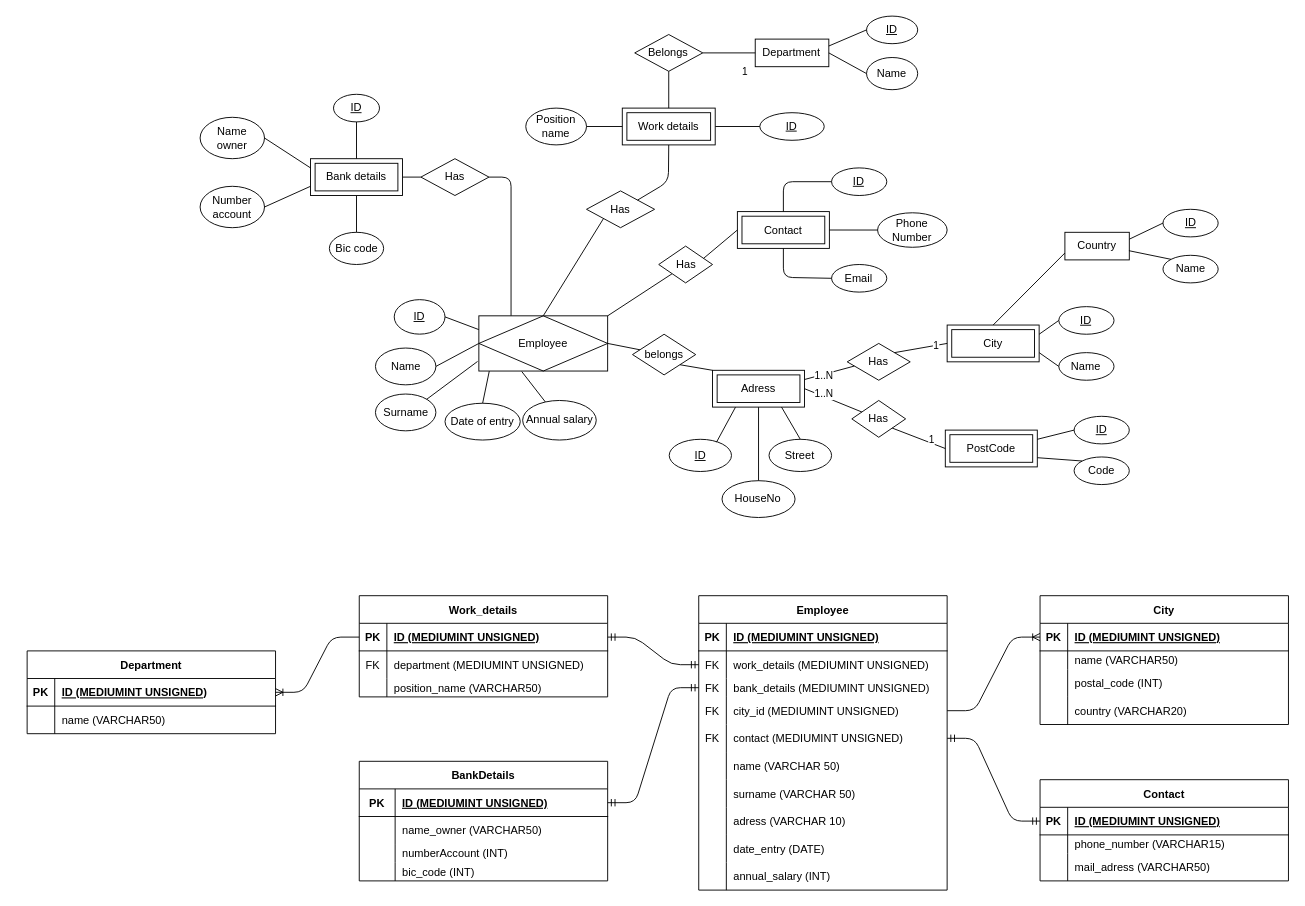
This is Scheme_database.drawio from AntoineD74/Database-project, a draw.io file, before an edit. Source tidied: cells renumbered, new cells numbered last; positions are measured from the earlier drawing's top-left corner, leaving out a move shared by most shapes. Both pictures are drawn from the tidied source at 92%, with x=0, y=0 at pixel (27, 16).
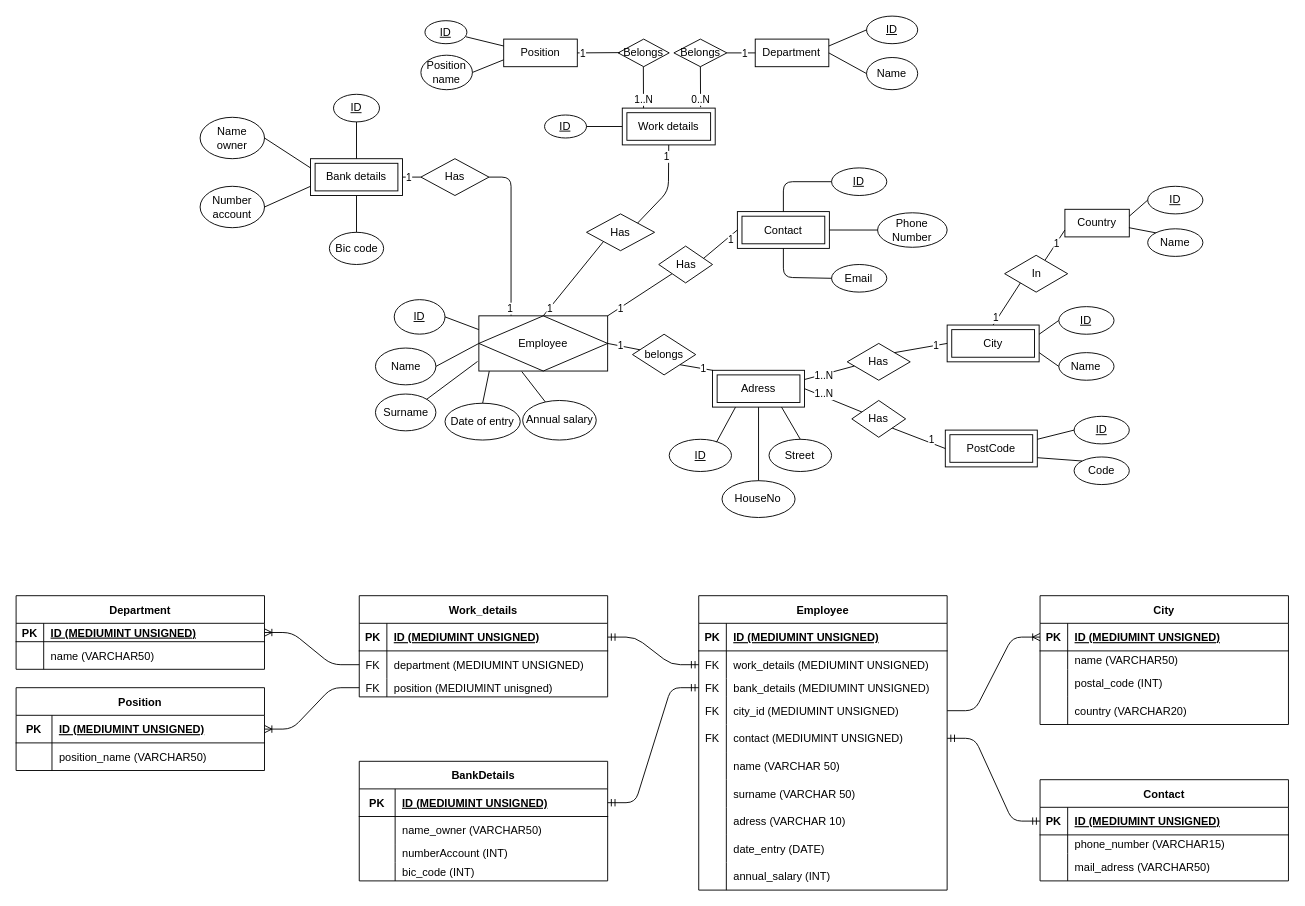
The same page after the edit.

Unchanged cells that the change refers to:
```xml
<mxCell id="97" style="shape=partialRectangle;fillColor=none;top=0;left=0;bottom=1;right=0;points=[[0,0.5],[1,0.5]];portConstraint=eastwest;" parent="96" vertex="1">
  <mxGeometry y="30" width="270" height="30" as="geometry" />
</mxCell>
<mxCell id="100" style="shape=partialRectangle;fillColor=none;top=0;left=0;bottom=0;right=0;points=[[0,0.5],[1,0.5]];portConstraint=eastwest;" parent="96" vertex="1">
  <mxGeometry y="60" width="270" height="30" as="geometry" />
</mxCell>
<mxCell id="103" style="shape=partialRectangle;fillColor=none;top=0;left=0;bottom=0;right=0;points=[[0,0.5],[1,0.5]];portConstraint=eastwest;" parent="96" vertex="1">
  <mxGeometry y="90" width="270" height="20" as="geometry" />
</mxCell>
<mxCell id="137" value="Work details" style="shape=ext;margin=3;double=1;whiteSpace=wrap;html=1;align=center;" parent="1" vertex="1">
  <mxGeometry x="646.9" y="100" width="101" height="40" as="geometry" />
</mxCell>
<mxCell id="148" value="City" style="shape=ext;margin=3;double=1;whiteSpace=wrap;html=1;align=center;" parent="1" vertex="1">
  <mxGeometry x="1000" y="335.8" width="100" height="40" as="geometry" />
</mxCell>
```

Diff of the diagram source:
```diff
@@
     <mxCell id="13" value="Has" style="rhombus;whiteSpace=wrap;html=1;" parent="1" vertex="1">
-      <mxGeometry x="608" y="190" width="74" height="40" as="geometry" />
+      <mxGeometry x="608" y="215" width="74" height="40" as="geometry" />
     </mxCell>
@@
     <mxCell id="32" value="&lt;u&gt;ID&lt;/u&gt;" style="ellipse;whiteSpace=wrap;html=1;" parent="1" vertex="1">
-      <mxGeometry x="796.4" y="105" width="70" height="30" as="geometry" />
+      <mxGeometry x="562.4" y="107.5" width="45.6" height="25" as="geometry" />
     </mxCell>
     <mxCell id="33" value="Position name" style="ellipse;whiteSpace=wrap;html=1;" parent="1" vertex="1">
-      <mxGeometry x="542" y="100" width="66" height="40" as="geometry" />
+      <mxGeometry x="428" y="42.5" width="56" height="37.5" as="geometry" />
     </mxCell>
-    <mxCell id="34" style="endArrow=none;html=1;exitX=1;exitY=0.5;exitDx=0;exitDy=0;entryX=0;entryY=0.5;entryDx=0;entryDy=0;" parent="1" edge="1" source="137" target="32">
+    <mxCell id="34" style="endArrow=none;html=1;exitX=0;exitY=0.5;exitDx=0;exitDy=0;entryX=1;entryY=0.5;entryDx=0;entryDy=0;" parent="1" edge="1" source="137" target="32">
       <mxGeometry relative="1" as="geometry" />
     </mxCell>
@@
     <mxCell id="36" style="endArrow=none;html=1;entryX=0.5;entryY=1;entryDx=0;entryDy=0;exitX=1;exitY=0;exitDx=0;exitDy=0;" parent="1" edge="1" source="13" target="137">
       <mxGeometry relative="1" as="geometry">
         <Array as="points">
-          <mxPoint x="697" y="180" />
+          <mxPoint x="697" y="190" />
         </Array>
       </mxGeometry>
     </mxCell>
@@
     <mxCell id="41" value="1" style="edgeLabel;html=1;align=center;verticalAlign=middle;" parent="1" vertex="1">
-      <mxGeometry x="891.4" y="65" as="geometry">
+      <mxGeometry x="891.4" y="45" as="geometry">
         <mxPoint x="-112" y="-5" as="offset" />
       </mxGeometry>
     </mxCell>
@@
-    <mxCell id="104" style="shape=partialRectangle;fillColor=none;top=0;left=0;bottom=0;right=0;overflow=hidden;" parent="103" vertex="1">
+    <mxCell id="104" value="FK" style="shape=partialRectangle;fillColor=none;top=0;left=0;bottom=0;right=0;overflow=hidden;" parent="103" vertex="1">
       <mxGeometry width="30" height="20" as="geometry" />
     </mxCell>
-    <mxCell id="105" value="position_name (VARCHAR50)" style="shape=partialRectangle;fillColor=none;top=0;left=0;bottom=0;right=0;align=left;spacingLeft=6;overflow=hidden;" parent="103" vertex="1">
+    <mxCell id="105" value="position (MEDIUMINT unisgned)" style="shape=partialRectangle;fillColor=none;top=0;left=0;bottom=0;right=0;align=left;spacingLeft=6;overflow=hidden;" parent="103" vertex="1">
       <mxGeometry x="30" width="240" height="20" as="geometry" />
     </mxCell>
     <mxCell id="106" value="Department" style="shape=table;startSize=30;childLayout=tableLayout;rowLines=0;fontStyle=1;align=center;" parent="1" vertex="1">
-      <mxGeometry y="690" width="270" height="90" as="geometry" />
+      <mxGeometry x="-12" y="630" width="270" height="80" as="geometry" />
     </mxCell>
     <mxCell id="107" style="shape=partialRectangle;fillColor=none;top=0;left=0;bottom=1;right=0;points=[[0,0.5],[1,0.5]];portConstraint=eastwest;" parent="106" vertex="1">
-      <mxGeometry y="30" width="270" height="30" as="geometry" />
+      <mxGeometry y="30" width="270" height="20" as="geometry" />
     </mxCell>
     <mxCell id="108" value="PK" style="shape=partialRectangle;fillColor=none;top=0;left=0;bottom=0;right=0;fontStyle=1;overflow=hidden;" parent="107" vertex="1">
-      <mxGeometry width="30" height="30" as="geometry" />
+      <mxGeometry width="30" height="20" as="geometry" />
     </mxCell>
     <mxCell id="109" value="ID (MEDIUMINT UNSIGNED)" style="shape=partialRectangle;fillColor=none;top=0;left=0;bottom=0;right=0;align=left;spacingLeft=6;fontStyle=5;overflow=hidden;" parent="107" vertex="1">
-      <mxGeometry x="30" width="240" height="30" as="geometry" />
+      <mxGeometry x="30" width="240" height="20" as="geometry" />
     </mxCell>
     <mxCell id="110" style="shape=partialRectangle;fillColor=none;top=0;left=0;bottom=0;right=0;" parent="106" vertex="1">
-      <mxGeometry y="60" width="270" height="30" as="geometry" />
+      <mxGeometry y="50" width="270" height="30" as="geometry" />
     </mxCell>
@@
-    <mxCell id="129" style="edgeStyle=entityRelationEdgeStyle;fontSize=12;html=1;endArrow=ERoneToMany;entryX=1;entryY=0.5;entryDx=0;entryDy=0;exitX=0;exitY=0.5;exitDx=0;exitDy=0;" parent="1" edge="1" source="97" target="107">
+    <mxCell id="129" style="edgeStyle=entityRelationEdgeStyle;fontSize=12;html=1;endArrow=ERoneToMany;entryX=1;entryY=0.5;entryDx=0;entryDy=0;exitX=0;exitY=0.5;exitDx=0;exitDy=0;" parent="1" edge="1" source="100" target="107">
       <mxGeometry relative="1" as="geometry" />
     </mxCell>
@@
     <mxCell id="138" value="Belongs" style="rhombus;whiteSpace=wrap;html=1;" parent="1" vertex="1">
-      <mxGeometry x="660.4" y="20" width="74" height="40" as="geometry" />
+      <mxGeometry x="703" y="25" width="57.6" height="30" as="geometry" />
     </mxCell>
-    <mxCell id="139" style="endArrow=none;html=1;exitX=0.5;exitY=0;exitDx=0;exitDy=0;entryX=0.5;entryY=1;entryDx=0;entryDy=0;" parent="1" edge="1" source="137" target="138">
-      <mxGeometry relative="1" as="geometry" />
+    <mxCell id="139" style="endArrow=none;html=1;entryX=0.5;entryY=1;entryDx=0;entryDy=0;" parent="1" edge="1" target="138">
+      <mxGeometry relative="1" as="geometry">
+        <mxPoint x="732" y="99" as="sourcePoint" />
+      </mxGeometry>
     </mxCell>
-    <mxCell id="140" style="endArrow=none;html=1;entryX=1;entryY=0.5;entryDx=0;entryDy=0;exitX=0;exitY=0.5;exitDx=0;exitDy=0;" parent="1" edge="1" source="137" target="33">
+    <mxCell id="140" style="endArrow=none;html=1;entryX=1;entryY=0.5;entryDx=0;entryDy=0;exitX=0;exitY=0.75;exitDx=0;exitDy=0;" parent="1" edge="1" source="186" target="33">
       <mxGeometry relative="1" as="geometry" />
     </mxCell>
@@
     <mxCell id="167" value="Country" style="rounded=0;whiteSpace=wrap;html=1;" parent="1" vertex="1">
-      <mxGeometry x="1128" y="235" width="70" height="30" as="geometry" />
+      <mxGeometry x="1128" y="210" width="70" height="30" as="geometry" />
     </mxCell>
-    <mxCell id="168" style="endArrow=none;html=1;exitX=0.5;exitY=0;exitDx=0;exitDy=0;entryX=0;entryY=0.75;entryDx=0;entryDy=0;" parent="1" edge="1" source="148" target="167">
+    <mxCell id="168" style="endArrow=none;html=1;entryX=0;entryY=0.75;entryDx=0;entryDy=0;" parent="1" edge="1" source="187" target="167">
       <mxGeometry relative="1" as="geometry" />
     </mxCell>
     <mxCell id="169" value="&lt;u&gt;ID&lt;/u&gt;" style="ellipse;whiteSpace=wrap;html=1;" parent="1" vertex="1">
-      <mxGeometry x="1234.6" y="210" width="60" height="30" as="geometry" />
+      <mxGeometry x="1218" y="185" width="60" height="30" as="geometry" />
     </mxCell>
     <mxCell id="170" value="Name" style="ellipse;whiteSpace=wrap;html=1;" parent="1" vertex="1">
-      <mxGeometry x="1234.6" y="260" width="60" height="30" as="geometry" />
+      <mxGeometry x="1218" y="231.2" width="60" height="30" as="geometry" />
     </mxCell>
@@
     <mxCell id="174" style="endArrow=none;html=1;entryX=0;entryY=0;entryDx=0;entryDy=0;" parent="1" edge="1" target="170">
       <mxGeometry relative="1" as="geometry">
-        <mxPoint x="1197.6" y="255" as="sourcePoint" />
+        <mxPoint x="1197.6" y="230" as="sourcePoint" />
       </mxGeometry>
     </mxCell>
@@
+    <mxCell id="179" value="1" style="edgeLabel;html=1;align=center;verticalAlign=middle;" parent="1" vertex="1">
+      <mxGeometry x="962.2" y="285" as="geometry">
+        <mxPoint x="156" y="-38" as="offset" />
+      </mxGeometry>
+    </mxCell>
+    <mxCell id="180" value="1" style="edgeLabel;html=1;align=center;verticalAlign=middle;" parent="1" vertex="1">
+      <mxGeometry x="488" y="395.8" as="geometry">
+        <mxPoint x="156" y="-38" as="offset" />
+      </mxGeometry>
+    </mxCell>
+    <mxCell id="181" value="1" style="edgeLabel;html=1;align=center;verticalAlign=middle;" parent="1" vertex="1">
+      <mxGeometry x="578.6" y="420.8" as="geometry">
+        <mxPoint x="156" y="-38" as="offset" />
+      </mxGeometry>
+    </mxCell>
+    <mxCell id="182" value="1" style="edgeLabel;html=1;align=center;verticalAlign=middle;" parent="1" vertex="1">
+      <mxGeometry x="258" y="213.8" as="geometry">
+        <mxPoint x="156" y="-38" as="offset" />
+      </mxGeometry>
+    </mxCell>
+    <mxCell id="183" value="1" style="edgeLabel;html=1;align=center;verticalAlign=middle;" parent="1" vertex="1">
+      <mxGeometry x="368" y="355.8" as="geometry">
+        <mxPoint x="156" y="-38" as="offset" />
+      </mxGeometry>
+    </mxCell>
+    <mxCell id="184" value="1" style="edgeLabel;html=1;align=center;verticalAlign=middle;" parent="1" vertex="1">
+      <mxGeometry x="411.4" y="355.8" as="geometry">
+        <mxPoint x="156" y="-38" as="offset" />
+      </mxGeometry>
+    </mxCell>
+    <mxCell id="185" value="0..N" style="edgeLabel;html=1;align=center;verticalAlign=middle;" parent="1" vertex="1">
+      <mxGeometry x="934.4" y="110" as="geometry">
+        <mxPoint x="-203" y="-20" as="offset" />
+      </mxGeometry>
+    </mxCell>
+    <mxCell id="186" value="Position" style="rounded=0;whiteSpace=wrap;html=1;" parent="1" vertex="1">
+      <mxGeometry x="518" y="25" width="80" height="30" as="geometry" />
+    </mxCell>
+    <mxCell id="187" value="In" style="rhombus;whiteSpace=wrap;html=1;" parent="1" vertex="1">
+      <mxGeometry x="1062.5" y="260" width="68.5" height="40" as="geometry" />
+    </mxCell>
+    <mxCell id="188" style="endArrow=none;html=1;exitX=0.5;exitY=0;exitDx=0;exitDy=0;entryX=0;entryY=1;entryDx=0;entryDy=0;" parent="1" edge="1" source="148" target="187">
+      <mxGeometry relative="1" as="geometry" />
+    </mxCell>
+    <mxCell id="189" value="1" style="edgeLabel;html=1;align=center;verticalAlign=middle;" parent="1" vertex="1">
+      <mxGeometry x="896.4" y="365.8" as="geometry">
+        <mxPoint x="156" y="-38" as="offset" />
+      </mxGeometry>
+    </mxCell>
+    <mxCell id="190" value="1" style="edgeLabel;html=1;align=center;verticalAlign=middle;" parent="1" vertex="1">
+      <mxGeometry x="488" y="355.8" as="geometry">
+        <mxPoint x="156" y="-38" as="offset" />
+      </mxGeometry>
+    </mxCell>
+    <mxCell id="191" value="1" style="edgeLabel;html=1;align=center;verticalAlign=middle;" parent="1" vertex="1">
+      <mxGeometry x="608" y="280" as="geometry">
+        <mxPoint x="156" y="-38" as="offset" />
+      </mxGeometry>
+    </mxCell>
+    <mxCell id="192" value="Belongs" style="rhombus;whiteSpace=wrap;html=1;" parent="1" vertex="1">
+      <mxGeometry x="642.4" y="25" width="55.5" height="30" as="geometry" />
+    </mxCell>
+    <mxCell id="193" style="endArrow=none;html=1;entryX=0.5;entryY=1;entryDx=0;entryDy=0;" parent="1" edge="1">
+      <mxGeometry relative="1" as="geometry">
+        <mxPoint x="670" y="100" as="sourcePoint" />
+        <mxPoint x="669.8" y="55" as="targetPoint" />
+      </mxGeometry>
+    </mxCell>
+    <mxCell id="194" value="1..N" style="edgeLabel;html=1;align=center;verticalAlign=middle;" parent="1" vertex="1">
+      <mxGeometry x="872" y="110" as="geometry">
+        <mxPoint x="-203" y="-20" as="offset" />
+      </mxGeometry>
+    </mxCell>
+    <mxCell id="195" style="endArrow=none;html=1;entryX=1;entryY=0.5;entryDx=0;entryDy=0;exitX=0;exitY=0.5;exitDx=0;exitDy=0;" parent="1" edge="1" target="186">
+      <mxGeometry relative="1" as="geometry">
+        <mxPoint x="644.4" y="39.7" as="sourcePoint" />
+      </mxGeometry>
+    </mxCell>
+    <mxCell id="196" value="1" style="edgeLabel;html=1;align=center;verticalAlign=middle;" parent="1" vertex="1">
+      <mxGeometry x="715.7" y="45" as="geometry">
+        <mxPoint x="-112" y="-5" as="offset" />
+      </mxGeometry>
+    </mxCell>
+    <mxCell id="197" value="&lt;u&gt;ID&lt;/u&gt;" style="ellipse;whiteSpace=wrap;html=1;" parent="1" vertex="1">
+      <mxGeometry x="432.4" y="5" width="45.6" height="25" as="geometry" />
+    </mxCell>
+    <mxCell id="198" style="endArrow=none;html=1;exitX=0;exitY=0.25;exitDx=0;exitDy=0;entryX=0.973;entryY=0.698;entryDx=0;entryDy=0;entryPerimeter=0;" parent="1" edge="1" source="186" target="197">
+      <mxGeometry relative="1" as="geometry" />
+    </mxCell>
+    <mxCell id="199" value="1" style="edgeLabel;html=1;align=center;verticalAlign=middle;" parent="1" vertex="1">
+      <mxGeometry x="538.6" y="190" as="geometry">
+        <mxPoint x="156" y="-38" as="offset" />
+      </mxGeometry>
+    </mxCell>
+    <mxCell id="200" value="Position" style="shape=table;startSize=30;childLayout=tableLayout;rowLines=0;fontStyle=1;align=center;" parent="1" vertex="1">
+      <mxGeometry x="-12" y="730" width="270" height="90" as="geometry" />
+    </mxCell>
+    <mxCell id="201" style="shape=partialRectangle;fillColor=none;top=0;left=0;bottom=1;right=0;points=[[0,0.5],[1,0.5]];portConstraint=eastwest;" parent="200" vertex="1">
+      <mxGeometry y="30" width="270" height="30" as="geometry" />
+    </mxCell>
+    <mxCell id="202" value="PK" style="shape=partialRectangle;fillColor=none;top=0;left=0;bottom=0;right=0;fontStyle=1;overflow=hidden;" parent="201" vertex="1">
+      <mxGeometry width="39" height="30" as="geometry" />
+    </mxCell>
+    <mxCell id="203" value="ID (MEDIUMINT UNSIGNED)" style="shape=partialRectangle;fillColor=none;top=0;left=0;bottom=0;right=0;align=left;spacingLeft=6;fontStyle=5;overflow=hidden;" parent="201" vertex="1">
+      <mxGeometry x="39" width="231" height="30" as="geometry" />
+    </mxCell>
+    <mxCell id="204" style="shape=partialRectangle;fillColor=none;top=0;left=0;bottom=0;right=0;" parent="200" vertex="1">
+      <mxGeometry y="60" width="270" height="30" as="geometry" />
+    </mxCell>
+    <mxCell id="205" style="shape=partialRectangle;fillColor=none;top=0;left=0;bottom=0;right=0;overflow=hidden;" parent="204" vertex="1">
+      <mxGeometry width="39" height="30" as="geometry" />
+    </mxCell>
+    <mxCell id="206" value="position_name (VARCHAR50)" style="shape=partialRectangle;fillColor=none;top=0;left=0;bottom=0;right=0;align=left;spacingLeft=6;overflow=hidden;" parent="204" vertex="1">
+      <mxGeometry x="39" width="231" height="30" as="geometry" />
+    </mxCell>
+    <mxCell id="207" style="edgeStyle=entityRelationEdgeStyle;fontSize=12;html=1;endArrow=ERoneToMany;entryX=1;entryY=0.5;entryDx=0;entryDy=0;exitX=0;exitY=0.5;exitDx=0;exitDy=0;" parent="1" edge="1" source="103" target="201">
+      <mxGeometry relative="1" as="geometry" />
+    </mxCell>
```
